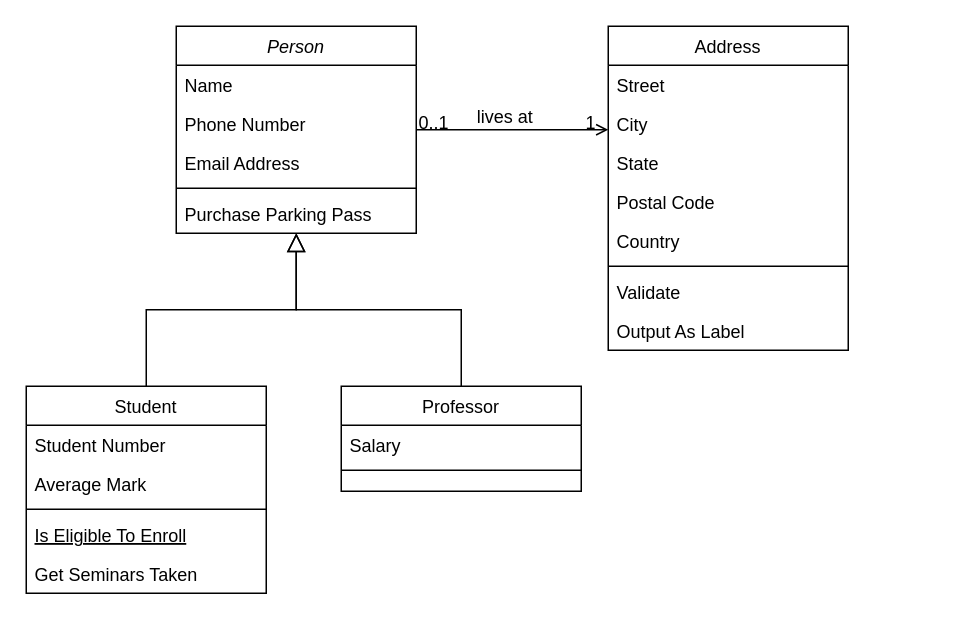
Before: Diagrama sem nome.drawio in ErickLFurtado/Trilha-Java-ProjetoUML, a draw.io diagram. Source tidied: cells renumbered, new cells numbered last; positions are measured from the earlier drawing's top-left corner, leaving out a move shared by most shapes. Both pictures are drawn from the tidied source at 150%, with x=0, y=0 at pixel (26, 26).
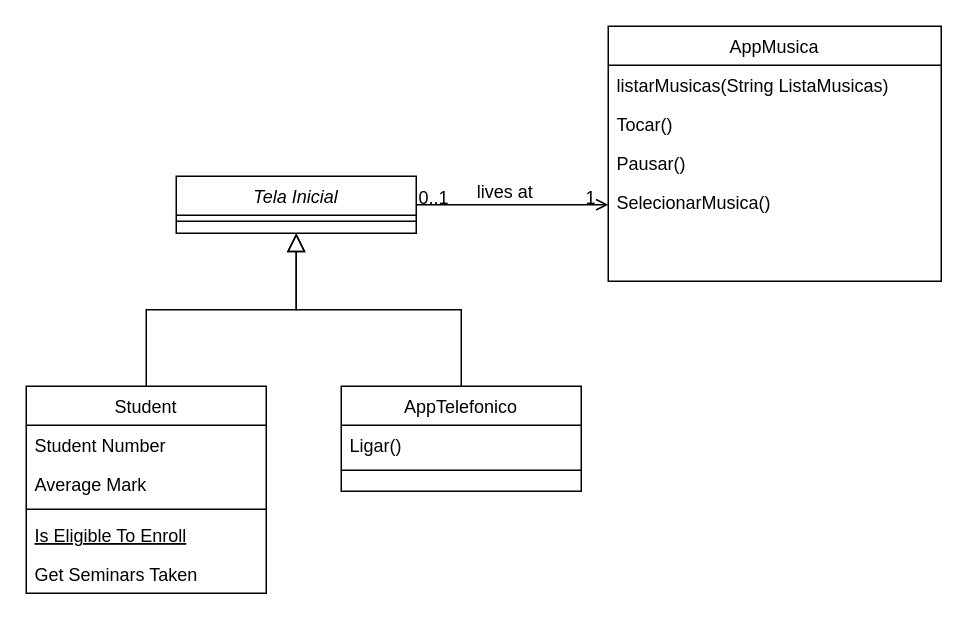
The same page after the edit.

Diff of the diagram source:
```diff
@@
-    <mxCell id="2" value="Person" style="swimlane;fontStyle=2;align=center;verticalAlign=top;horizontal=1;startSize=26;rounded=0;shadow=0;strokeWidth=1;" parent="1" vertex="1">
-      <mxGeometry x="100" width="160" height="138" as="geometry" />
+    <mxCell id="2" value="Tela Inicial" style="swimlane;fontStyle=2;align=center;verticalAlign=top;horizontal=1;startSize=26;rounded=0;shadow=0;strokeWidth=1;" parent="1" vertex="1">
+      <mxGeometry x="100" y="100" width="160" height="38" as="geometry" />
     </mxCell>
-    <mxCell id="3" value="Name" style="text;align=left;verticalAlign=top;spacingLeft=4;spacingRight=4;overflow=hidden;" parent="2" vertex="1">
-      <mxGeometry y="26" width="160" height="26" as="geometry" />
-    </mxCell>
-    <mxCell id="4" value="Phone Number" style="text;align=left;verticalAlign=top;spacingLeft=4;spacingRight=4;overflow=hidden;rounded=0;shadow=0;html=0;" parent="2" vertex="1">
-      <mxGeometry y="52" width="160" height="26" as="geometry" />
-    </mxCell>
-    <mxCell id="5" value="Email Address" style="text;align=left;verticalAlign=top;spacingLeft=4;spacingRight=4;overflow=hidden;rounded=0;shadow=0;html=0;" parent="2" vertex="1">
-      <mxGeometry y="78" width="160" height="26" as="geometry" />
-    </mxCell>
     <mxCell id="6" style="line;html=1;strokeWidth=1;align=left;verticalAlign=middle;spacingTop=-1;spacingLeft=3;spacingRight=3;labelPosition=right;" parent="2" vertex="1">
-      <mxGeometry y="104" width="160" height="8" as="geometry" />
+      <mxGeometry y="26" width="160" height="8" as="geometry" />
     </mxCell>
-    <mxCell id="7" value="Purchase Parking Pass" style="text;align=left;verticalAlign=top;spacingLeft=4;spacingRight=4;overflow=hidden;" parent="2" vertex="1">
-      <mxGeometry y="112" width="160" height="26" as="geometry" />
-    </mxCell>
@@
-    <mxCell id="15" value="Professor" style="swimlane;fontStyle=0;align=center;verticalAlign=top;horizontal=1;startSize=26;rounded=0;shadow=0;strokeWidth=1;" parent="1" vertex="1">
+    <mxCell id="15" value="AppTelefonico" style="swimlane;fontStyle=0;align=center;verticalAlign=top;horizontal=1;startSize=26;rounded=0;shadow=0;strokeWidth=1;" parent="1" vertex="1">
       <mxGeometry x="210" y="240" width="160" height="70" as="geometry" />
     </mxCell>
-    <mxCell id="16" value="Salary" style="text;align=left;verticalAlign=top;spacingLeft=4;spacingRight=4;overflow=hidden;" parent="15" vertex="1">
+    <mxCell id="16" value="Ligar()" style="text;align=left;verticalAlign=top;spacingLeft=4;spacingRight=4;overflow=hidden;" parent="15" vertex="1">
       <mxGeometry y="26" width="160" height="26" as="geometry" />
     </mxCell>
@@
-    <mxCell id="19" value="Address" style="swimlane;fontStyle=0;align=center;verticalAlign=top;horizontal=1;startSize=26;rounded=0;shadow=0;strokeWidth=1;" parent="1" vertex="1">
-      <mxGeometry x="388" width="160" height="216" as="geometry" />
+    <mxCell id="19" value="AppMusica" style="swimlane;fontStyle=0;align=center;verticalAlign=top;horizontal=1;startSize=26;rounded=0;shadow=0;strokeWidth=1;rotation=0;" parent="1" vertex="1">
+      <mxGeometry x="388" width="222" height="170" as="geometry" />
     </mxCell>
-    <mxCell id="20" value="Street" style="text;align=left;verticalAlign=top;spacingLeft=4;spacingRight=4;overflow=hidden;" parent="19" vertex="1">
-      <mxGeometry y="26" width="160" height="26" as="geometry" />
+    <mxCell id="20" value="listarMusicas(String ListaMusicas)" style="text;align=left;verticalAlign=top;spacingLeft=4;spacingRight=4;overflow=hidden;rotation=0;" parent="19" vertex="1">
+      <mxGeometry y="26" width="222" height="26" as="geometry" />
     </mxCell>
-    <mxCell id="21" value="City" style="text;align=left;verticalAlign=top;spacingLeft=4;spacingRight=4;overflow=hidden;rounded=0;shadow=0;html=0;" parent="19" vertex="1">
-      <mxGeometry y="52" width="160" height="26" as="geometry" />
+    <mxCell id="21" value="Tocar()" style="text;align=left;verticalAlign=top;spacingLeft=4;spacingRight=4;overflow=hidden;rounded=0;shadow=0;html=0;rotation=0;" parent="19" vertex="1">
+      <mxGeometry y="52" width="222" height="26" as="geometry" />
     </mxCell>
-    <mxCell id="22" value="State" style="text;align=left;verticalAlign=top;spacingLeft=4;spacingRight=4;overflow=hidden;rounded=0;shadow=0;html=0;" parent="19" vertex="1">
-      <mxGeometry y="78" width="160" height="26" as="geometry" />
+    <mxCell id="22" value="Pausar()" style="text;align=left;verticalAlign=top;spacingLeft=4;spacingRight=4;overflow=hidden;rounded=0;shadow=0;html=0;rotation=0;" parent="19" vertex="1">
+      <mxGeometry y="78" width="222" height="26" as="geometry" />
     </mxCell>
-    <mxCell id="23" value="Postal Code" style="text;align=left;verticalAlign=top;spacingLeft=4;spacingRight=4;overflow=hidden;rounded=0;shadow=0;html=0;" parent="19" vertex="1">
-      <mxGeometry y="104" width="160" height="26" as="geometry" />
+    <mxCell id="23" value="SelecionarMusica()" style="text;align=left;verticalAlign=top;spacingLeft=4;spacingRight=4;overflow=hidden;rounded=0;shadow=0;html=0;rotation=0;" parent="19" vertex="1">
+      <mxGeometry y="104" width="222" height="26" as="geometry" />
     </mxCell>
-    <mxCell id="24" value="Country" style="text;align=left;verticalAlign=top;spacingLeft=4;spacingRight=4;overflow=hidden;rounded=0;shadow=0;html=0;" parent="19" vertex="1">
-      <mxGeometry y="130" width="160" height="26" as="geometry" />
-    </mxCell>
-    <mxCell id="25" style="line;html=1;strokeWidth=1;align=left;verticalAlign=middle;spacingTop=-1;spacingLeft=3;spacingRight=3;labelPosition=right;" parent="19" vertex="1">
-      <mxGeometry y="156" width="160" height="8" as="geometry" />
-    </mxCell>
-    <mxCell id="26" value="Validate" style="text;align=left;verticalAlign=top;spacingLeft=4;spacingRight=4;overflow=hidden;" parent="19" vertex="1">
-      <mxGeometry y="164" width="160" height="26" as="geometry" />
-    </mxCell>
-    <mxCell id="27" value="Output As Label" style="text;align=left;verticalAlign=top;spacingLeft=4;spacingRight=4;overflow=hidden;" parent="19" vertex="1">
-      <mxGeometry y="190" width="160" height="26" as="geometry" />
-    </mxCell>
```
